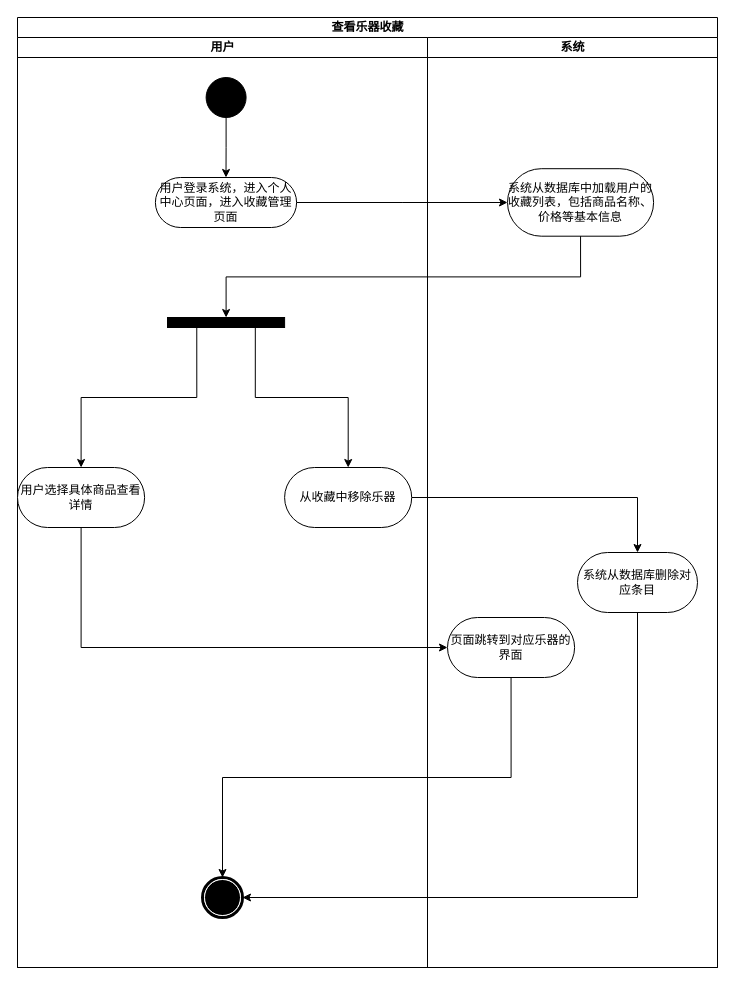
This is page "功能建模" (1 of 2) of 文档/需求分析规约文档/三种建模/18查看乐器收藏用例建模.drawio from w1ntercube/TJ-SE-Design, a draw.io file, before an edit. Source tidied: cells renumbered, new cells numbered last; positions are measured from the earlier drawing's top-left corner, leaving out a move shared by most shapes. Both pictures are drawn from the tidied source at 100%, with x=0, y=0 at pixel (17, 17).
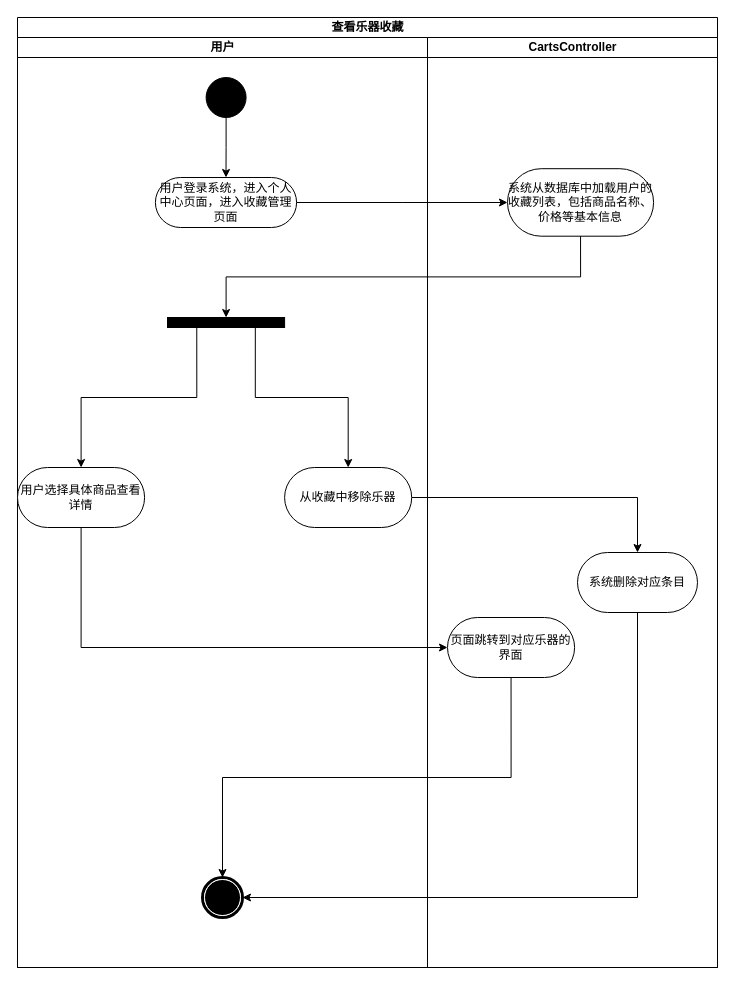
After the change.

The change refers to these unchanged cells:
```xml
<mxCell id="3" value="用户" style="swimlane;html=1;startSize=20;" parent="2" vertex="1">
  <mxGeometry y="20" width="410" height="930" as="geometry" />
</mxCell>
```

What changed in the source:
```diff
@@
-    <mxCell id="7" value="系统" style="swimlane;html=1;startSize=20;" parent="3" vertex="1">
+    <mxCell id="7" value="CartsController" style="swimlane;html=1;startSize=20;" parent="3" vertex="1">
       <mxGeometry x="410" width="290" height="930" as="geometry" />
     </mxCell>
@@
-    <mxCell id="9" value="系统从数据库删除对应条目" style="whiteSpace=wrap;html=1;fontFamily=Verdana;rounded=1;shadow=0;comic=0;labelBackgroundColor=none;strokeWidth=1;arcSize=50;" parent="7" vertex="1">
+    <mxCell id="9" value="系统删除对应条目" style="whiteSpace=wrap;html=1;fontFamily=Verdana;rounded=1;shadow=0;comic=0;labelBackgroundColor=none;strokeWidth=1;arcSize=50;" parent="7" vertex="1">
       <mxGeometry x="150" y="515" width="120" height="60" as="geometry" />
     </mxCell>
```
